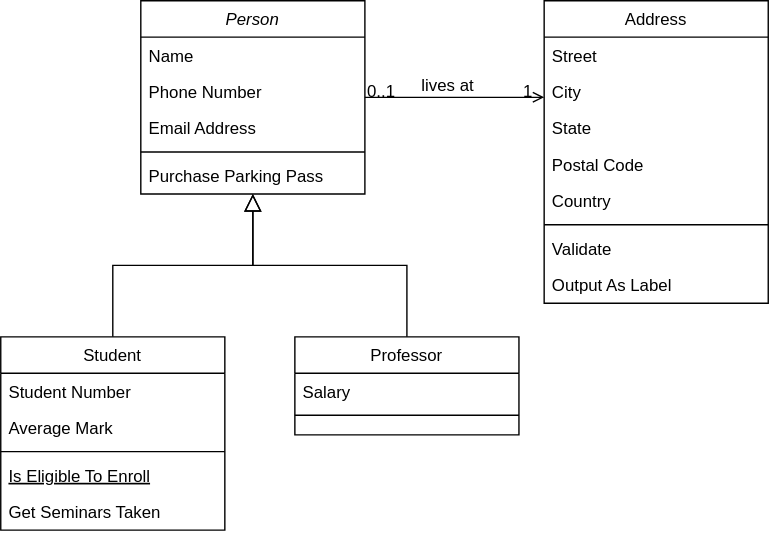
buddywhitman/flatcalc keeps this draw.io diagram as FlatCalc.svg. Above is the earlier version. Source tidied: cells renumbered, new cells last; positions are measured from the earlier drawing's top-left corner, leaving out a move shared by most shapes.
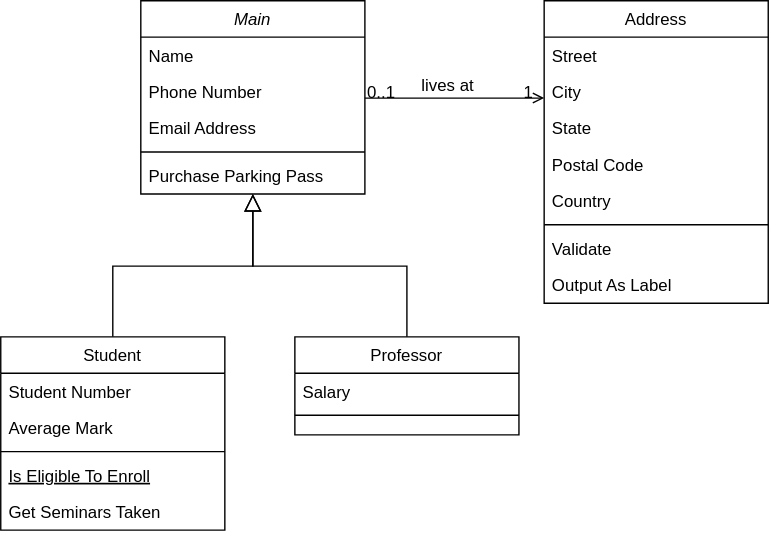
The same diagram one commit later.

Diff of the diagram source:
```diff
@@ -2,7 +2,7 @@
   <root>
     <mxCell id="0" />
     <mxCell id="1" parent="0" />
-    <mxCell id="2" value="Person" style="swimlane;fontStyle=2;align=center;verticalAlign=top;horizontal=1;startSize=26;rounded=0;shadow=0;strokeWidth=1;" parent="1" vertex="1">
+    <mxCell id="2" value="Main" style="swimlane;fontStyle=2;align=center;verticalAlign=top;horizontal=1;startSize=26;rounded=0;shadow=0;strokeWidth=1;" parent="1" vertex="1">
       <mxGeometry x="100" width="160" height="138" as="geometry" />
     </mxCell>
     <mxCell id="3" value="Name" style="text;align=left;verticalAlign=top;spacingLeft=4;spacingRight=4;overflow=hidden;" parent="2" vertex="1">
```
